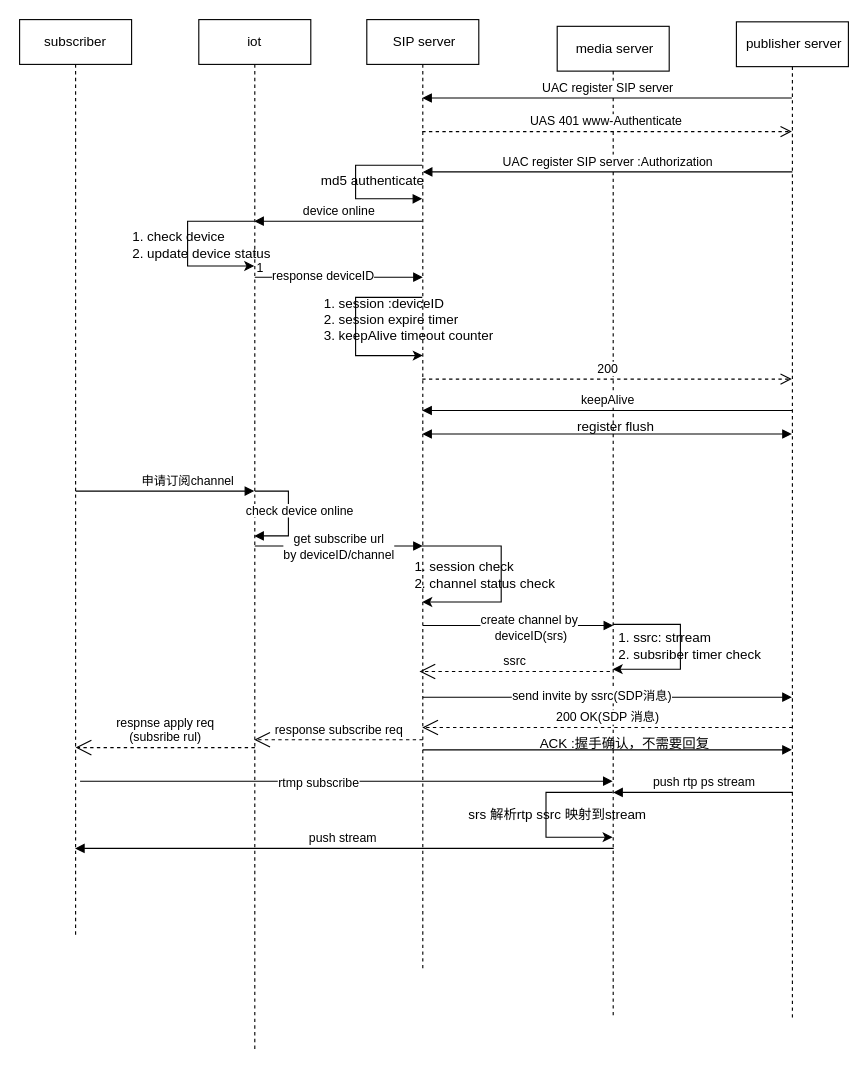
Earlier version of the draw.io diagram SIP-SRS.drawio (cqu20141693/draw.io). Source tidied: cells renumbered, new cells numbered last; positions are measured from the earlier drawing's top-left corner, leaving out a move shared by most shapes. Both pictures are drawn from the tidied source at 112%, with x=0, y=0 at pixel (19, 19).
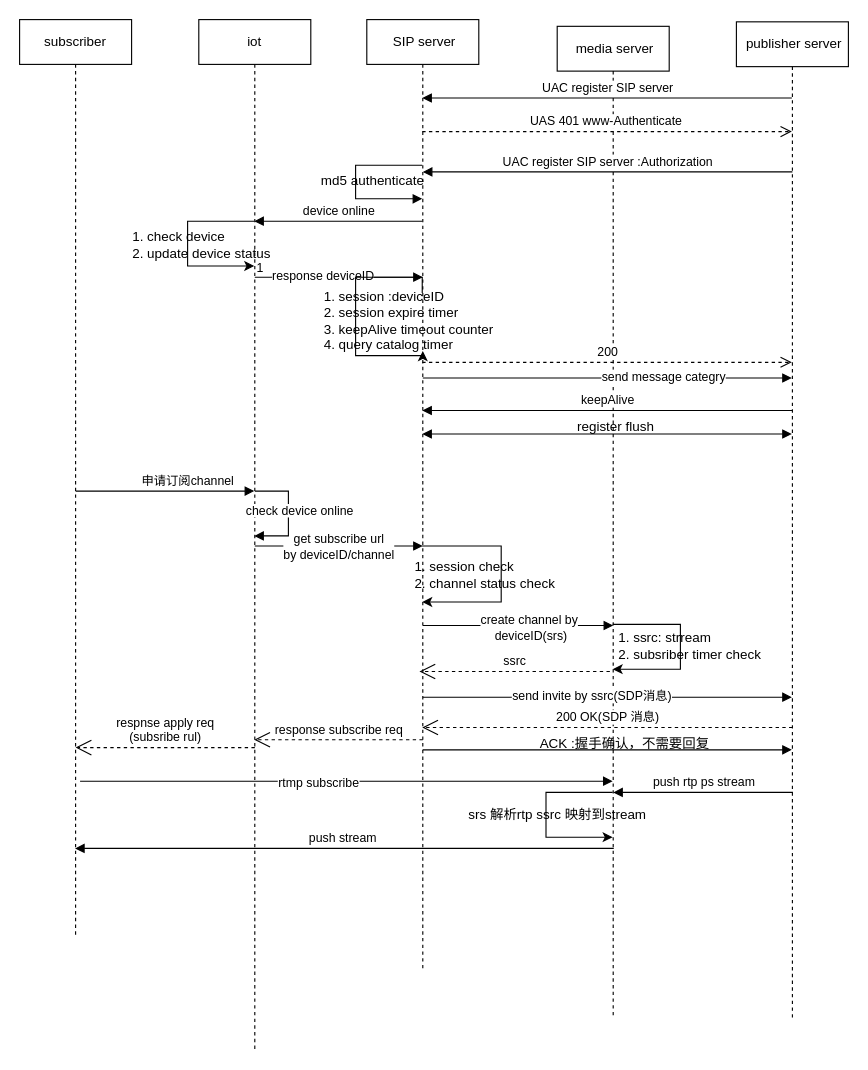
The same page after the edit.

The change refers to these unchanged cells:
```xml
<mxCell id="12" value="&amp;nbsp;media server" style="shape=umlLifeline;perimeter=lifelinePerimeter;whiteSpace=wrap;html=1;outlineConnect=0;" parent="1" vertex="1">
  <mxGeometry x="480" y="6" width="100" height="884" as="geometry" />
</mxCell>
```

Change to the diagram source:
```diff
@@
+    <mxCell id="49" style="html=1;verticalAlign=bottom;endArrow=block;rounded=0;" parent="12" edge="1">
+      <mxGeometry relative="1" as="geometry">
+        <mxPoint x="-120" y="314" as="sourcePoint" />
+        <mxPoint x="209.5" y="314" as="targetPoint" />
+      </mxGeometry>
+    </mxCell>
+    <mxCell id="50" value="send message categry" style="edgeLabel;html=1;align=center;verticalAlign=middle;" parent="49" vertex="1">
+      <mxGeometry x="0.3" y="2" relative="1" as="geometry" />
+    </mxCell>
@@
     <mxCell id="30" style="edgeStyle=segmentEdgeStyle;endArrow=classic;html=1;rounded=0;" parent="1" edge="1">
       <mxGeometry relative="1" as="geometry">
-        <mxPoint x="359.5" y="248" as="sourcePoint" />
-        <mxPoint x="360" y="300" as="targetPoint" />
+        <mxPoint x="359.5" y="244" as="sourcePoint" />
+        <mxPoint x="360" y="296" as="targetPoint" />
         <Array as="points">
-          <mxPoint x="300" y="248" />
+          <mxPoint x="360" y="230" />
+          <mxPoint x="300" y="230" />
           <mxPoint x="300" y="300" />
           <mxPoint x="360" y="300" />
         </Array>
       </mxGeometry>
     </mxCell>
-    <mxCell id="31" value="1. session :deviceID&lt;br&gt;2. session expire timer&lt;br&gt;3. keepAlive timeout counter" style="text;html=1;align=left;verticalAlign=middle;strokeColor=none;fillColor=none;" parent="1" vertex="1">
-      <mxGeometry x="270" y="243" width="170" height="50" as="geometry" />
+    <mxCell id="31" value="1. session :deviceID&lt;br&gt;2. session expire timer&lt;br&gt;3. keepAlive timeout counter&lt;br&gt;4. query catalog timer" style="text;html=1;align=left;verticalAlign=middle;strokeColor=none;fillColor=none;" parent="1" vertex="1">
+      <mxGeometry x="270" y="239" width="170" height="60" as="geometry" />
     </mxCell>
@@
     <mxCell id="34" value="200" style="html=1;verticalAlign=bottom;endArrow=open;dashed=1;endSize=8;rounded=0;" parent="1" edge="1">
       <mxGeometry relative="1" as="geometry">
-        <mxPoint x="359.5" y="321" as="sourcePoint" />
-        <mxPoint x="689.5" y="321" as="targetPoint" />
+        <mxPoint x="359.5" y="306" as="sourcePoint" />
+        <mxPoint x="689.5" y="306" as="targetPoint" />
         <Array as="points">
-          <mxPoint x="400" y="321" />
+          <mxPoint x="400" y="306" />
         </Array>
       </mxGeometry>
     </mxCell>
```
